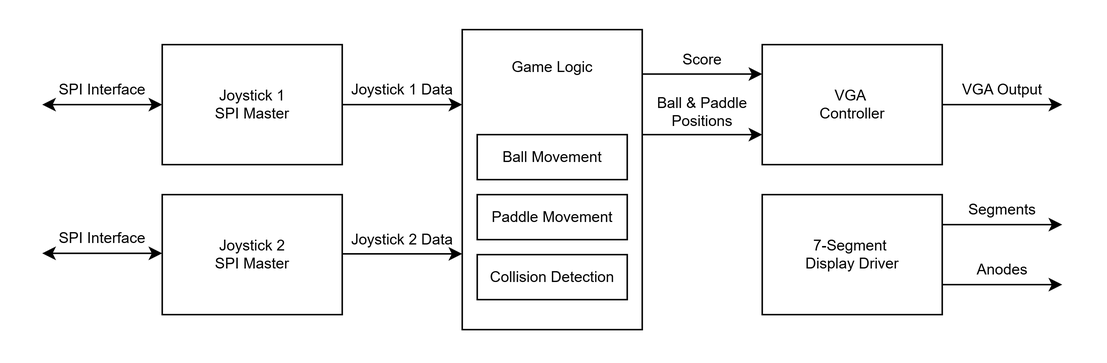
This is docs/diagram.png from JackPonder/pong-fpga, a draw.io export, as it was before one commit. Source tidied: cells renumbered, new cells last; positions are measured from the earlier drawing's top-left corner, leaving out a move shared by most shapes.
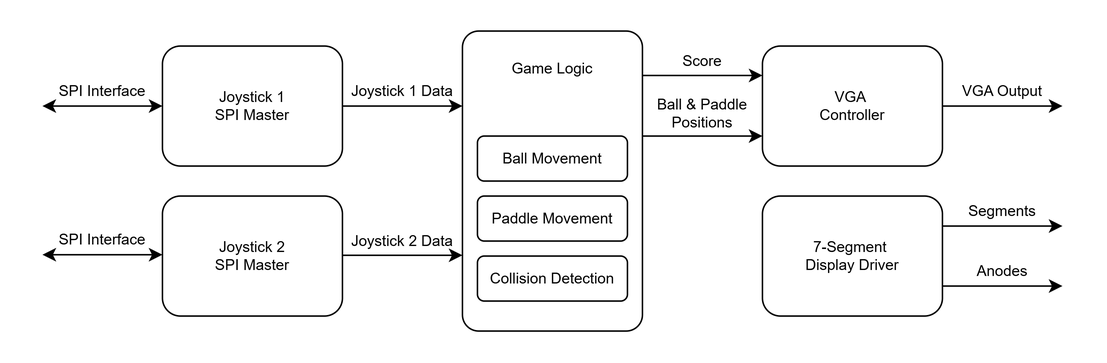
The same diagram one commit later.

Commit message:
updated block diagram

The edit, as a diff of the source:
```diff
@@ -2,15 +2,21 @@
   <root>
     <mxCell id="0" />
     <mxCell id="1" parent="0" />
-    <mxCell id="2" style="rounded=0;whiteSpace=wrap;html=1;fontSize=10;" parent="1" vertex="1">
-      <mxGeometry x="80" y="10" width="120" height="80" as="geometry" />
-    </mxCell>
-    <mxCell id="3" style="rounded=0;whiteSpace=wrap;html=1;fontSize=10;" parent="1" vertex="1">
-      <mxGeometry x="280" width="120" height="200" as="geometry" />
-    </mxCell>
-    <mxCell id="4" style="rounded=0;whiteSpace=wrap;html=1;fontSize=10;" parent="1" vertex="1">
-      <mxGeometry x="480" y="10" width="120" height="80" as="geometry" />
-    </mxCell>
+    <mxCell id="33" style="rounded=1;whiteSpace=wrap;html=1;" parent="1" vertex="1">
+      <mxGeometry x="480" y="10" width="120" height="80" as="geometry" />
+    </mxCell>
+    <mxCell id="34" style="rounded=1;whiteSpace=wrap;html=1;" parent="1" vertex="1">
+      <mxGeometry x="480" y="110" width="120" height="80" as="geometry" />
+    </mxCell>
+    <mxCell id="35" style="rounded=1;whiteSpace=wrap;html=1;arcSize=9;" parent="1" vertex="1">
+      <mxGeometry x="280" width="120" height="200" as="geometry" />
+    </mxCell>
+    <mxCell id="36" style="rounded=1;whiteSpace=wrap;html=1;" parent="1" vertex="1">
+      <mxGeometry x="80" y="110" width="120" height="80" as="geometry" />
+    </mxCell>
+    <mxCell id="37" style="rounded=1;whiteSpace=wrap;html=1;" parent="1" vertex="1">
+      <mxGeometry x="80" y="10" width="120" height="80" as="geometry" />
+    </mxCell>
     <mxCell id="5" style="endArrow=classic;html=1;rounded=0;fontSize=10;" parent="1" edge="1">
       <mxGeometry relative="1" as="geometry">
         <mxPoint x="200" y="50" as="sourcePoint" />
@@ -74,18 +80,6 @@
     <mxCell id="19" value="VGA&amp;nbsp;&lt;div&gt;Controller&lt;/div&gt;" style="text;html=1;whiteSpace=wrap;strokeColor=none;fillColor=none;align=center;verticalAlign=middle;rounded=0;fontSize=10;" parent="1" vertex="1">
       <mxGeometry x="480" y="35" width="120" height="30" as="geometry" />
     </mxCell>
-    <mxCell id="20" value="Ball Movement" style="rounded=0;whiteSpace=wrap;html=1;fontSize=10;" parent="1" vertex="1">
-      <mxGeometry x="290" y="70" width="100" height="30" as="geometry" />
-    </mxCell>
-    <mxCell id="21" value="Paddle Movement" style="rounded=0;whiteSpace=wrap;html=1;fontSize=10;" parent="1" vertex="1">
-      <mxGeometry x="290" y="110" width="100" height="30" as="geometry" />
-    </mxCell>
-    <mxCell id="22" value="Collision Detection" style="rounded=0;whiteSpace=wrap;html=1;fontSize=10;" parent="1" vertex="1">
-      <mxGeometry x="290" y="150" width="100" height="30" as="geometry" />
-    </mxCell>
-    <mxCell id="23" style="rounded=0;whiteSpace=wrap;html=1;fontSize=10;" parent="1" vertex="1">
-      <mxGeometry x="80" y="110" width="120" height="80" as="geometry" />
-    </mxCell>
     <mxCell id="24" value="Joystick 2&lt;div&gt;SPI Master&lt;/div&gt;" style="text;html=1;whiteSpace=wrap;strokeColor=none;fillColor=none;align=center;verticalAlign=middle;rounded=0;fontSize=10;" parent="1" vertex="1">
       <mxGeometry x="80" y="135" width="120" height="30" as="geometry" />
     </mxCell>
@@ -98,9 +92,6 @@
         <mxPoint x="80" y="149.1" as="targetPoint" />
       </mxGeometry>
     </mxCell>
-    <mxCell id="27" style="rounded=0;whiteSpace=wrap;html=1;fontSize=10;" parent="1" vertex="1">
-      <mxGeometry x="480" y="110" width="120" height="80" as="geometry" />
-    </mxCell>
     <mxCell id="28" style="endArrow=classic;html=1;rounded=0;fontSize=10;" parent="1" edge="1">
       <mxGeometry relative="1" as="geometry">
         <mxPoint x="600" y="130" as="sourcePoint" />
@@ -122,5 +113,23 @@
     <mxCell id="32" value="Anodes" style="text;html=1;whiteSpace=wrap;strokeColor=none;fillColor=none;align=center;verticalAlign=middle;rounded=0;fontSize=10;" parent="1" vertex="1">
       <mxGeometry x="600" y="150" width="80" height="20" as="geometry" />
     </mxCell>
+    <mxCell id="38" style="rounded=1;whiteSpace=wrap;html=1;" parent="1" vertex="1">
+      <mxGeometry x="290" y="150" width="100" height="30" as="geometry" />
+    </mxCell>
+    <mxCell id="39" style="rounded=1;whiteSpace=wrap;html=1;" parent="1" vertex="1">
+      <mxGeometry x="290" y="110" width="100" height="30" as="geometry" />
+    </mxCell>
+    <mxCell id="40" value="&lt;span style=&quot;color: rgba(0, 0, 0, 0); font-family: monospace; font-size: 0px; text-align: start; white-space: nowrap;&quot;&gt;%3CmxGraphModel%3E%3Croot%3E%3CmxCell%20id%3D%220%22%2F%3E%3CmxCell%20id%3D%221%22%20parent%3D%220%22%2F%3E%3CmxCell%20id%3D%222%22%20parent%3D%221%22%20style%3D%22text%3Bhtml%3D1%3BwhiteSpace%3Dwrap%3BstrokeColor%3Dnone%3BfillColor%3Dnone%3Balign%3Dcenter%3BverticalAlign%3Dmiddle%3Brounded%3D0%3BfontSize%3D10%3B%22%20value%3D%22Joystick%202%26lt%3Bdiv%26gt%3BSPI%20Master%26lt%3B%2Fdiv%26gt%3B%22%20vertex%3D%221%22%3E%3CmxGeometry%20height%3D%2230%22%20width%3D%22120%22%20x%3D%22120%22%20y%3D%22235%22%20as%3D%22geometry%22%2F%3E%3C%2FmxCell%3E%3C%2Froot%3E%3C%2FmxGraphModel%3E&lt;/span&gt;" style="rounded=1;whiteSpace=wrap;html=1;" parent="1" vertex="1">
+      <mxGeometry x="290" y="70" width="100" height="30" as="geometry" />
+    </mxCell>
+    <mxCell id="21" value="Paddle Movement" style="text;html=1;whiteSpace=wrap;strokeColor=none;fillColor=none;align=center;verticalAlign=middle;rounded=0;fontSize=10;" parent="1" vertex="1">
+      <mxGeometry x="280" y="110" width="120" height="30" as="geometry" />
+    </mxCell>
+    <mxCell id="20" value="Ball Movement" style="text;html=1;whiteSpace=wrap;strokeColor=none;fillColor=none;align=center;verticalAlign=middle;rounded=0;fontSize=10;" parent="1" vertex="1">
+      <mxGeometry x="280" y="70" width="120" height="30" as="geometry" />
+    </mxCell>
+    <mxCell id="22" value="Collision Detection" style="text;html=1;whiteSpace=wrap;strokeColor=none;fillColor=none;align=center;verticalAlign=middle;rounded=0;fontSize=10;" parent="1" vertex="1">
+      <mxGeometry x="280" y="150" width="120" height="30" as="geometry" />
+    </mxCell>
   </root>
 </mxGraphModel>
```
